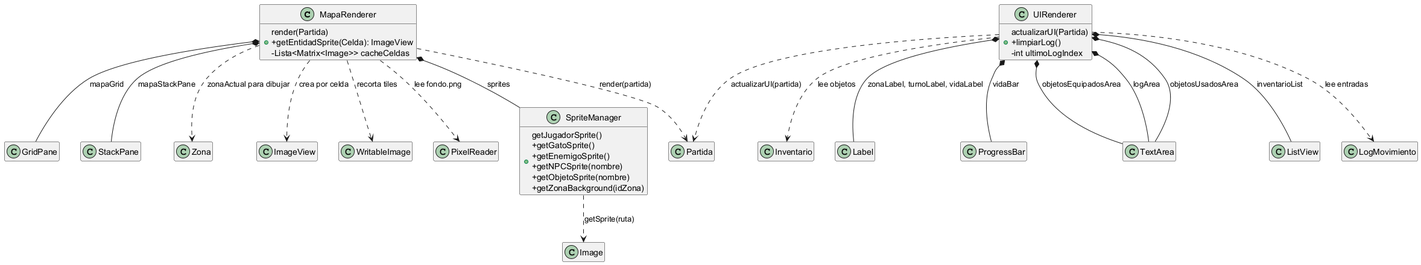
isagonz3/JuegoPracticaFinal keeps this PlantUML diagram as UMLs/clases_vista.png. Above is the earlier version.
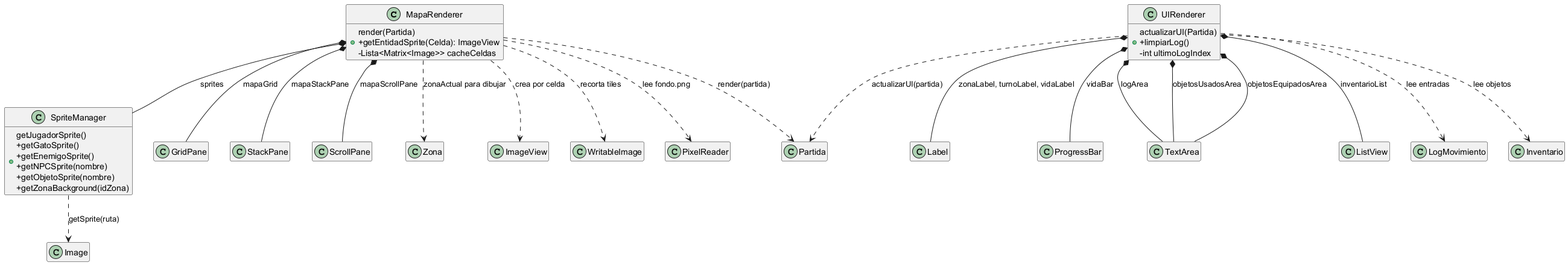
Above is the later version.

What changed in the source:
```diff
@@ -7,6 +7,7 @@
 
 MapaRenderer *-- GridPane : mapaGrid
 MapaRenderer *-- StackPane : mapaStackPane
+MapaRenderer *-- ScrollPane : mapaScrollPane
 MapaRenderer *-- SpriteManager : sprites
 MapaRenderer ..> Partida : render(partida)
 MapaRenderer ..> Zona : zonaActual para dibujar
```
